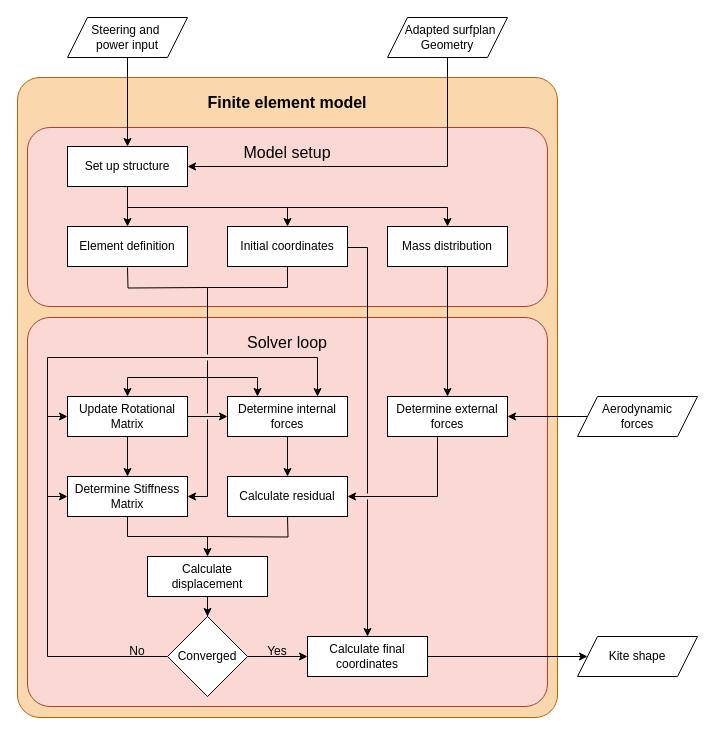
Before: Figures/drawio/FEM_flowchart.drawio in PatrickRoel/Thesis, a draw.io diagram. Source tidied: cells renumbered, new cells numbered last; positions are measured from the earlier drawing's top-left corner, leaving out a move shared by most shapes. Both pictures are drawn from the tidied source at 100%, with x=0, y=0 at pixel (17, 17).
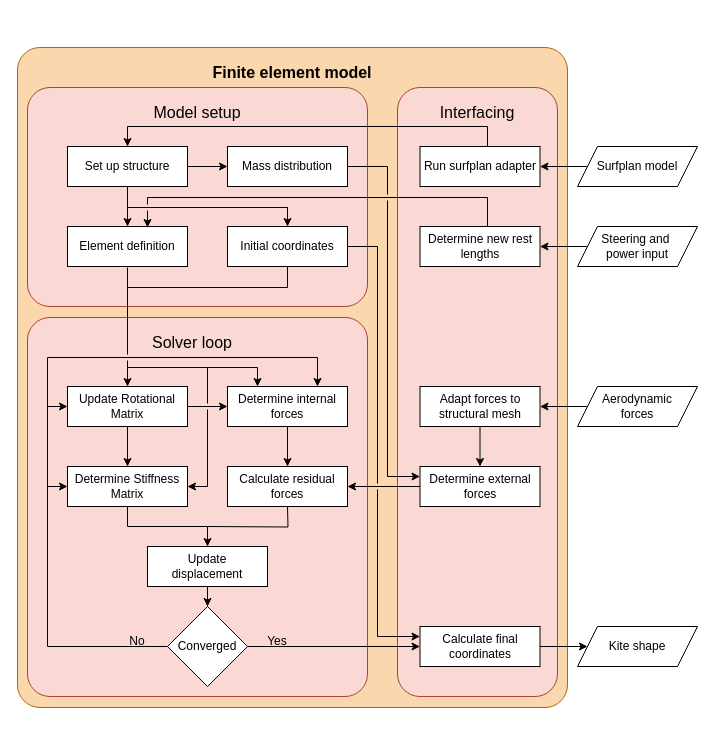
After the change.

Unchanged cells that the change refers to:
```xml
<mxCell id="24" value="Initial coordinates" style="rounded=0;whiteSpace=wrap;html=1;" parent="1" vertex="1">
  <mxGeometry x="210" y="209" width="120" height="40" as="geometry" />
</mxCell>
<mxCell id="27" value="Set up structure" style="rounded=0;whiteSpace=wrap;html=1;" parent="1" vertex="1">
  <mxGeometry x="50" y="129" width="120" height="40" as="geometry" />
</mxCell>
```

Change to the diagram source:
```diff
@@
     <mxCell id="2" style="rounded=1;whiteSpace=wrap;html=1;fillColor=#fad7ac;strokeColor=#b46504;absoluteArcSize=1;arcSize=45;" parent="1" vertex="1">
-      <mxGeometry y="60" width="540" height="640" as="geometry" />
+      <mxGeometry y="30" width="550" height="660" as="geometry" />
     </mxCell>
+    <mxCell id="50" style="rounded=1;whiteSpace=wrap;html=1;fillColor=#fad9d5;strokeColor=#ae4132;glass=0;shadow=0;arcSize=45;absoluteArcSize=1;" parent="1" vertex="1">
+      <mxGeometry x="380" y="70" width="160" height="609" as="geometry" />
+    </mxCell>
     <mxCell id="3" style="rounded=1;whiteSpace=wrap;html=1;fillColor=#fad9d5;strokeColor=#ae4132;glass=0;shadow=0;arcSize=45;absoluteArcSize=1;" parent="1" vertex="1">
-      <mxGeometry x="10" y="300" width="520" height="389" as="geometry" />
+      <mxGeometry x="10" y="300" width="340" height="379" as="geometry" />
     </mxCell>
     <mxCell id="4" value="Solver loop" style="text;html=1;whiteSpace=wrap;strokeColor=none;fillColor=none;align=center;verticalAlign=middle;rounded=0;fontStyle=0;fontSize=16;" parent="1" vertex="1">
-      <mxGeometry x="10" y="310" width="520" height="30" as="geometry" />
+      <mxGeometry x="10" y="310" width="330" height="30" as="geometry" />
     </mxCell>
     <mxCell id="5" style="rounded=1;whiteSpace=wrap;html=1;fillColor=#fad9d5;strokeColor=#ae4132;absoluteArcSize=1;arcSize=45;" parent="1" vertex="1">
-      <mxGeometry x="10" y="110" width="520" height="179" as="geometry" />
+      <mxGeometry x="10" y="70" width="340" height="219" as="geometry" />
     </mxCell>
     <mxCell id="6" style="edgeStyle=orthogonalEdgeStyle;rounded=0;jettySize=auto;html=1;" parent="1" edge="1" source="7" target="8">
       <mxGeometry relative="1" as="geometry">
         <Array as="points">
-          <mxPoint x="270" y="479" />
-          <mxPoint x="270" y="479" />
+          <mxPoint x="270" y="469" />
+          <mxPoint x="270" y="469" />
         </Array>
       </mxGeometry>
     </mxCell>
     <mxCell id="7" value="Determine internal forces" style="rounded=0;whiteSpace=wrap;html=1;" parent="1" vertex="1">
-      <mxGeometry x="210" y="379" width="120" height="40" as="geometry" />
+      <mxGeometry x="210" y="369" width="120" height="40" as="geometry" />
     </mxCell>
-    <mxCell id="8" value="Calculate residual" style="rounded=0;whiteSpace=wrap;html=1;" parent="1" vertex="1">
-      <mxGeometry x="210" y="459" width="120" height="40" as="geometry" />
+    <mxCell id="8" value="&lt;div&gt;Calculate residual&lt;/div&gt;&lt;div&gt;forces&lt;/div&gt;" style="rounded=0;whiteSpace=wrap;html=1;" parent="1" vertex="1">
+      <mxGeometry x="210" y="449" width="120" height="40" as="geometry" />
     </mxCell>
@@
     <mxCell id="10" value="Determine Stiffness Matrix" style="rounded=0;whiteSpace=wrap;html=1;" parent="1" vertex="1">
-      <mxGeometry x="50" y="459" width="120" height="40" as="geometry" />
+      <mxGeometry x="50" y="449" width="120" height="40" as="geometry" />
     </mxCell>
@@
-    <mxCell id="12" value="Calculate displacement" style="rounded=0;whiteSpace=wrap;html=1;" parent="1" vertex="1">
-      <mxGeometry x="130" y="539" width="120" height="40" as="geometry" />
+    <mxCell id="12" value="&lt;div&gt;Update&lt;/div&gt;&lt;div&gt;displacement&lt;/div&gt;" style="rounded=0;whiteSpace=wrap;html=1;" parent="1" vertex="1">
+      <mxGeometry x="130" y="529" width="120" height="40" as="geometry" />
     </mxCell>
     <mxCell id="13" style="edgeStyle=orthogonalEdgeStyle;rounded=0;jettySize=auto;html=1;entryX=0;entryY=0.5;entryDx=0;entryDy=0;" parent="1" edge="1" source="15" target="10">
       <mxGeometry relative="1" as="geometry">
         <Array as="points">
-          <mxPoint x="30" y="639" />
-          <mxPoint x="30" y="479" />
+          <mxPoint x="30" y="629" />
+          <mxPoint x="30" y="469" />
         </Array>
       </mxGeometry>
     </mxCell>
-    <mxCell id="14" style="edgeStyle=orthogonalEdgeStyle;rounded=0;jettySize=auto;html=1;entryX=0;entryY=0.5;entryDx=0;entryDy=0;" parent="1" edge="1" source="15" target="28">
+    <mxCell id="14" style="edgeStyle=orthogonalEdgeStyle;rounded=0;jettySize=auto;html=1;" parent="1" edge="1" source="15" target="28">
       <mxGeometry relative="1" as="geometry" />
     </mxCell>
     <mxCell id="15" value="Converged" style="rhombus;whiteSpace=wrap;html=1;" parent="1" vertex="1">
-      <mxGeometry x="150" y="599" width="80" height="80" as="geometry" />
+      <mxGeometry x="150" y="589" width="80" height="80" as="geometry" />
     </mxCell>
     <mxCell id="16" value="Yes" style="text;html=1;whiteSpace=wrap;strokeColor=none;fillColor=none;align=center;verticalAlign=middle;rounded=0;" parent="1" vertex="1">
-      <mxGeometry x="230" y="619" width="60" height="30" as="geometry" />
+      <mxGeometry x="230" y="609" width="60" height="30" as="geometry" />
     </mxCell>
     <mxCell id="17" value="No" style="text;html=1;whiteSpace=wrap;strokeColor=none;fillColor=none;align=center;verticalAlign=middle;rounded=0;" parent="1" vertex="1">
-      <mxGeometry x="90" y="619" width="60" height="30" as="geometry" />
+      <mxGeometry x="90" y="609" width="60" height="30" as="geometry" />
     </mxCell>
@@
-    <mxCell id="19" style="edgeStyle=orthogonalEdgeStyle;rounded=0;jettySize=auto;html=1;entryX=1;entryY=0.5;entryDx=0;entryDy=0;" parent="1" edge="1" source="35" target="8">
-      <mxGeometry relative="1" as="geometry">
-        <Array as="points">
-          <mxPoint x="420" y="479" />
-        </Array>
-      </mxGeometry>
+    <mxCell id="19" style="edgeStyle=orthogonalEdgeStyle;rounded=0;jettySize=auto;html=1;entryX=0.5;entryY=0;entryDx=0;entryDy=0;" parent="1" edge="1" source="35" target="57">
+      <mxGeometry relative="1" as="geometry" />
     </mxCell>
     <mxCell id="20" value="&lt;div&gt;Aerodynamic&lt;/div&gt;&lt;div&gt;forces&lt;/div&gt;" style="shape=parallelogram;perimeter=parallelogramPerimeter;whiteSpace=wrap;html=1;fixedSize=1;" parent="1" vertex="1">
-      <mxGeometry x="560" y="379" width="120" height="40" as="geometry" />
+      <mxGeometry x="560" y="369" width="120" height="40" as="geometry" />
     </mxCell>
-    <mxCell id="21" style="edgeStyle=orthogonalEdgeStyle;rounded=0;jettySize=auto;html=1;exitX=1;exitY=0.75;exitDx=0;exitDy=0;" parent="1" edge="1" source="28" target="22">
-      <mxGeometry relative="1" as="geometry">
-        <Array as="points">
-          <mxPoint x="330" y="639" />
-        </Array>
-      </mxGeometry>
-    </mxCell>
     <mxCell id="22" value="Kite shape" style="shape=parallelogram;perimeter=parallelogramPerimeter;whiteSpace=wrap;html=1;fixedSize=1;" parent="1" vertex="1">
-      <mxGeometry x="560" y="619" width="120" height="40" as="geometry" />
+      <mxGeometry x="560" y="609" width="120" height="40" as="geometry" />
     </mxCell>
-    <mxCell id="23" style="edgeStyle=orthogonalEdgeStyle;rounded=0;jettySize=auto;html=1;jumpStyle=gap;entryX=0.5;entryY=0;entryDx=0;entryDy=0;" parent="1" edge="1" source="24" target="28">
-      <mxGeometry relative="1" as="geometry">
-        <Array as="points">
-          <mxPoint x="350" y="230" />
-        </Array>
-      </mxGeometry>
-    </mxCell>
@@
+    <mxCell id="51" style="edgeStyle=orthogonalEdgeStyle;rounded=0;jettySize=auto;html=1;" parent="1" edge="1" source="27" target="33">
+      <mxGeometry relative="1" as="geometry" />
+    </mxCell>
@@
+    <mxCell id="21" style="edgeStyle=orthogonalEdgeStyle;rounded=0;jettySize=auto;html=1;entryX=0;entryY=0.5;entryDx=0;entryDy=0;" parent="1" edge="1" source="28" target="22">
+      <mxGeometry relative="1" as="geometry" />
+    </mxCell>
     <mxCell id="28" value="Calculate final coordinates" style="rounded=0;whiteSpace=wrap;html=1;" parent="1" vertex="1">
-      <mxGeometry x="290" y="619" width="120" height="40" as="geometry" />
+      <mxGeometry x="402.5" y="609" width="120" height="40" as="geometry" />
     </mxCell>
     <mxCell id="29" style="edgeStyle=orthogonalEdgeStyle;rounded=0;jettySize=auto;html=1;" parent="1" edge="1" source="47">
       <mxGeometry relative="1" as="geometry">
-        <mxPoint x="210" y="399" as="targetPoint" />
+        <mxPoint x="210" y="389" as="targetPoint" />
         <Array as="points">
-          <mxPoint x="210" y="399" />
+          <mxPoint x="210" y="389" />
         </Array>
       </mxGeometry>
     </mxCell>
-    <mxCell id="30" style="edgeStyle=orthogonalEdgeStyle;rounded=0;jettySize=auto;html=1;" parent="1" edge="1" source="31" target="27">
-      <mxGeometry relative="1" as="geometry" />
-    </mxCell>
+    <mxCell id="52" style="edgeStyle=orthogonalEdgeStyle;rounded=0;jettySize=auto;html=1;jumpStyle=gap;" parent="1" edge="1" source="58">
+      <mxGeometry relative="1" as="geometry">
+        <mxPoint x="130" y="210" as="targetPoint" />
+        <Array as="points">
+          <mxPoint x="470" y="180" />
+          <mxPoint x="130" y="180" />
+        </Array>
+      </mxGeometry>
+    </mxCell>
+    <mxCell id="53" style="edgeStyle=orthogonalEdgeStyle;rounded=0;jettySize=auto;html=1;" parent="1" edge="1" source="31" target="58">
+      <mxGeometry relative="1" as="geometry" />
+    </mxCell>
     <mxCell id="31" value="&lt;div&gt;Steering and&amp;nbsp;&lt;/div&gt;&lt;div&gt;power input&lt;/div&gt;" style="shape=parallelogram;perimeter=parallelogramPerimeter;whiteSpace=wrap;html=1;fixedSize=1;" parent="1" vertex="1">
-      <mxGeometry x="50" width="120" height="40" as="geometry" />
+      <mxGeometry x="560" y="209" width="120" height="40" as="geometry" />
     </mxCell>
-    <mxCell id="32" style="edgeStyle=orthogonalEdgeStyle;rounded=0;jettySize=auto;html=1;entryX=0.5;entryY=0;entryDx=0;entryDy=0;" parent="1" edge="1" source="33" target="35">
-      <mxGeometry relative="1" as="geometry" />
-    </mxCell>
     <mxCell id="33" value="Mass distribution" style="rounded=0;whiteSpace=wrap;html=1;" parent="1" vertex="1">
-      <mxGeometry x="370" y="209" width="120" height="40" as="geometry" />
+      <mxGeometry x="210" y="129" width="120" height="40" as="geometry" />
     </mxCell>
-    <mxCell id="34" style="edgeStyle=orthogonalEdgeStyle;rounded=0;jettySize=auto;html=1;" parent="1" edge="1" source="20" target="35">
+    <mxCell id="34" style="edgeStyle=orthogonalEdgeStyle;rounded=0;jettySize=auto;html=1;exitX=0;exitY=0.5;exitDx=0;exitDy=0;" parent="1" edge="1" source="20" target="35">
       <mxGeometry relative="1" as="geometry" />
     </mxCell>
-    <mxCell id="35" value="&lt;div&gt;Determine external&lt;/div&gt;&lt;div&gt;forces&lt;/div&gt;" style="rounded=0;whiteSpace=wrap;html=1;" parent="1" vertex="1">
-      <mxGeometry x="370" y="379" width="120" height="40" as="geometry" />
+    <mxCell id="35" value="&lt;div&gt;Adapt&amp;nbsp;forces to structural mesh&lt;/div&gt;" style="rounded=0;whiteSpace=wrap;html=1;" parent="1" vertex="1">
+      <mxGeometry x="402.5" y="369" width="120" height="40" as="geometry" />
     </mxCell>
     <mxCell id="36" value="Model setup" style="text;html=1;whiteSpace=wrap;strokeColor=none;fillColor=none;align=center;verticalAlign=middle;rounded=0;fontStyle=0;fontSize=16;" parent="1" vertex="1">
-      <mxGeometry x="10" y="120" width="520" height="30" as="geometry" />
+      <mxGeometry x="10" y="80" width="340" height="30" as="geometry" />
     </mxCell>
-    <mxCell id="37" style="edgeStyle=orthogonalEdgeStyle;rounded=0;orthogonalLoop=1;jettySize=auto;html=1;" parent="1" edge="1">
-      <mxGeometry relative="1" as="geometry">
-        <mxPoint x="430" y="190" as="sourcePoint" />
-        <mxPoint x="430" y="209" as="targetPoint" />
-        <Array as="points">
-          <mxPoint x="270" y="190" />
-          <mxPoint x="430" y="190" />
-        </Array>
-      </mxGeometry>
-    </mxCell>
-    <mxCell id="38" style="endArrow=none;html=1;rounded=0;edgeStyle=orthogonalEdgeStyle;" parent="1" edge="1">
-      <mxGeometry relative="1" as="geometry">
-        <mxPoint x="190" y="270" as="sourcePoint" />
-        <mxPoint x="110" y="250" as="targetPoint" />
-      </mxGeometry>
-    </mxCell>
     <mxCell id="39" style="endArrow=none;html=1;rounded=0;edgeStyle=orthogonalEdgeStyle;" parent="1" edge="1">
       <mxGeometry relative="1" as="geometry">
-        <mxPoint x="190" y="519" as="sourcePoint" />
-        <mxPoint x="270" y="499" as="targetPoint" />
+        <mxPoint x="190" y="509" as="sourcePoint" />
+        <mxPoint x="270" y="489" as="targetPoint" />
       </mxGeometry>
     </mxCell>
     <mxCell id="40" style="endArrow=classic;html=1;rounded=0;edgeStyle=orthogonalEdgeStyle;" parent="1" edge="1">
       <mxGeometry relative="1" as="geometry">
-        <mxPoint x="30" y="400" as="sourcePoint" />
-        <mxPoint x="300" y="379" as="targetPoint" />
+        <mxPoint x="30" y="390" as="sourcePoint" />
+        <mxPoint x="300" y="369" as="targetPoint" />
         <Array as="points">
           <mxPoint x="30" y="340" />
           <mxPoint x="300" y="340" />
         </Array>
       </mxGeometry>
     </mxCell>
     <mxCell id="41" style="edgeStyle=orthogonalEdgeStyle;rounded=0;jettySize=auto;html=1;jumpStyle=gap;" parent="1" edge="1" source="47">
       <mxGeometry relative="1" as="geometry">
-        <mxPoint x="110" y="459" as="targetPoint" />
+        <mxPoint x="110" y="449" as="targetPoint" />
         <Array as="points">
-          <mxPoint x="110" y="459" />
+          <mxPoint x="110" y="449" />
         </Array>
       </mxGeometry>
     </mxCell>
     <mxCell id="42" style="endArrow=classic;html=1;rounded=0;edgeStyle=orthogonalEdgeStyle;jumpStyle=gap;" parent="1" edge="1">
       <mxGeometry relative="1" as="geometry">
-        <mxPoint x="190" y="360" as="sourcePoint" />
-        <mxPoint x="170" y="479" as="targetPoint" />
+        <mxPoint x="190" y="350" as="sourcePoint" />
+        <mxPoint x="170" y="469" as="targetPoint" />
         <Array as="points">
-          <mxPoint x="190" y="479" />
+          <mxPoint x="190" y="469" />
         </Array>
       </mxGeometry>
     </mxCell>
     <mxCell id="43" style="endArrow=classic;html=1;rounded=0;entryX=0;entryY=0.5;entryDx=0;entryDy=0;edgeStyle=orthogonalEdgeStyle;" parent="1" edge="1" target="47">
       <mxGeometry relative="1" as="geometry">
-        <mxPoint x="30" y="480" as="sourcePoint" />
+        <mxPoint x="30" y="470" as="sourcePoint" />
         <Array as="points">
-          <mxPoint x="30" y="399" />
+          <mxPoint x="30" y="389" />
         </Array>
       </mxGeometry>
     </mxCell>
-    <mxCell id="44" style="edgeStyle=orthogonalEdgeStyle;rounded=0;jettySize=auto;html=1;entryX=1;entryY=0.5;entryDx=0;entryDy=0;" parent="1" edge="1" source="45" target="27">
-      <mxGeometry relative="1" as="geometry">
-        <Array as="points">
-          <mxPoint x="430" y="149" />
-        </Array>
-      </mxGeometry>
-    </mxCell>
+    <mxCell id="54" style="edgeStyle=orthogonalEdgeStyle;rounded=0;jettySize=auto;html=1;" parent="1" edge="1" source="45" target="61">
+      <mxGeometry relative="1" as="geometry" />
+    </mxCell>
-    <mxCell id="45" value="&lt;div&gt;&amp;nbsp; Adapted surfplan&lt;/div&gt;&lt;div&gt;Geometry&lt;/div&gt;" style="shape=parallelogram;perimeter=parallelogramPerimeter;whiteSpace=wrap;html=1;fixedSize=1;" parent="1" vertex="1">
-      <mxGeometry x="370" width="120" height="40" as="geometry" />
+    <mxCell id="45" value="&lt;div&gt;Surfplan model&lt;/div&gt;" style="shape=parallelogram;perimeter=parallelogramPerimeter;whiteSpace=wrap;html=1;fixedSize=1;" parent="1" vertex="1">
+      <mxGeometry x="560" y="129" width="120" height="40" as="geometry" />
     </mxCell>
     <mxCell id="46" value="Finite element model" style="text;html=1;whiteSpace=wrap;strokeColor=none;fillColor=none;align=center;verticalAlign=middle;rounded=0;fontStyle=1;fontSize=16;" parent="1" vertex="1">
-      <mxGeometry x="10" y="70" width="520" height="30" as="geometry" />
+      <mxGeometry y="40" width="550" height="30" as="geometry" />
     </mxCell>
     <mxCell id="47" value="Update Rotational Matrix" style="rounded=0;whiteSpace=wrap;html=1;" parent="1" vertex="1">
-      <mxGeometry x="50" y="379" width="120" height="40" as="geometry" />
+      <mxGeometry x="50" y="369" width="120" height="40" as="geometry" />
     </mxCell>
+    <mxCell id="38" style="endArrow=none;html=1;rounded=0;edgeStyle=orthogonalEdgeStyle;exitX=0.5;exitY=0;exitDx=0;exitDy=0;startArrow=classic;startFill=1;jumpStyle=gap;" parent="1" edge="1" source="47">
+      <mxGeometry relative="1" as="geometry">
+        <mxPoint x="110" y="250" as="targetPoint" />
+      </mxGeometry>
+    </mxCell>
+    <mxCell id="49" style="edgeStyle=orthogonalEdgeStyle;rounded=0;jettySize=auto;html=1;jumpStyle=gap;endArrow=none;endFill=0;" parent="1" edge="1" source="24">
+      <mxGeometry relative="1" as="geometry">
+        <mxPoint x="110" y="270" as="targetPoint" />
+        <Array as="points">
+          <mxPoint x="270" y="270" />
+        </Array>
+      </mxGeometry>
+    </mxCell>
     <mxCell id="48" style="endArrow=classic;html=1;rounded=0;edgeStyle=orthogonalEdgeStyle;" parent="1" edge="1">
       <mxGeometry relative="1" as="geometry">
-        <mxPoint x="190" y="360" as="sourcePoint" />
-        <mxPoint x="240" y="379" as="targetPoint" />
+        <mxPoint x="110" y="350" as="sourcePoint" />
+        <mxPoint x="240" y="369" as="targetPoint" />
         <Array as="points">
-          <mxPoint x="190" y="360" />
-          <mxPoint x="240" y="360" />
-          <mxPoint x="240" y="379" />
+          <mxPoint x="240" y="350" />
         </Array>
       </mxGeometry>
     </mxCell>
-    <mxCell id="49" style="edgeStyle=orthogonalEdgeStyle;rounded=0;jettySize=auto;html=1;entryX=0.5;entryY=0;entryDx=0;entryDy=0;jumpStyle=gap;" parent="1" edge="1" source="24" target="47">
-      <mxGeometry relative="1" as="geometry">
-        <Array as="points">
-          <mxPoint x="270" y="270" />
-          <mxPoint x="190" y="270" />
-          <mxPoint x="190" y="360" />
-          <mxPoint x="110" y="360" />
-        </Array>
-      </mxGeometry>
-    </mxCell>
+    <mxCell id="55" value="Interfacing" style="text;html=1;whiteSpace=wrap;strokeColor=none;fillColor=none;align=center;verticalAlign=middle;rounded=0;fontStyle=0;fontSize=16;" parent="1" vertex="1">
+      <mxGeometry x="380" y="80" width="160" height="30" as="geometry" />
+    </mxCell>
+    <mxCell id="56" style="edgeStyle=orthogonalEdgeStyle;rounded=0;jettySize=auto;html=1;" parent="1" edge="1" source="57" target="8">
+      <mxGeometry relative="1" as="geometry" />
+    </mxCell>
+    <mxCell id="57" value="&lt;div&gt;Determine external&lt;/div&gt;&lt;div&gt;forces&lt;/div&gt;" style="rounded=0;whiteSpace=wrap;html=1;" parent="1" vertex="1">
+      <mxGeometry x="402.5" y="449" width="120" height="40" as="geometry" />
+    </mxCell>
+    <mxCell id="23" style="edgeStyle=orthogonalEdgeStyle;rounded=0;jettySize=auto;html=1;jumpStyle=gap;entryX=0;entryY=0.25;entryDx=0;entryDy=0;" parent="1" edge="1" source="24" target="28">
+      <mxGeometry relative="1" as="geometry">
+        <Array as="points">
+          <mxPoint x="360" y="229" />
+          <mxPoint x="360" y="619" />
+        </Array>
+      </mxGeometry>
+    </mxCell>
+    <mxCell id="58" value="&lt;div&gt;Determine new rest&lt;/div&gt;&lt;div&gt;lengths&lt;/div&gt;" style="rounded=0;whiteSpace=wrap;html=1;" parent="1" vertex="1">
+      <mxGeometry x="402.5" y="209" width="120" height="40" as="geometry" />
+    </mxCell>
+    <mxCell id="59" style="edgeStyle=orthogonalEdgeStyle;rounded=0;jettySize=auto;html=1;entryX=0;entryY=0.25;entryDx=0;entryDy=0;jumpStyle=gap;" parent="1" edge="1" source="33" target="57">
+      <mxGeometry relative="1" as="geometry">
+        <Array as="points">
+          <mxPoint x="370" y="149" />
+          <mxPoint x="370" y="459" />
+        </Array>
+      </mxGeometry>
+    </mxCell>
+    <mxCell id="60" style="edgeStyle=orthogonalEdgeStyle;rounded=0;jettySize=auto;html=1;entryX=0.5;entryY=0;entryDx=0;entryDy=0;" parent="1" edge="1" source="61" target="27">
+      <mxGeometry relative="1" as="geometry">
+        <Array as="points">
+          <mxPoint x="470" y="109" />
+          <mxPoint x="110" y="109" />
+        </Array>
+      </mxGeometry>
+    </mxCell>
+    <mxCell id="61" value="Run surfplan adapter" style="rounded=0;whiteSpace=wrap;html=1;" parent="1" vertex="1">
+      <mxGeometry x="402.5" y="129" width="120" height="40" as="geometry" />
+    </mxCell>
```
